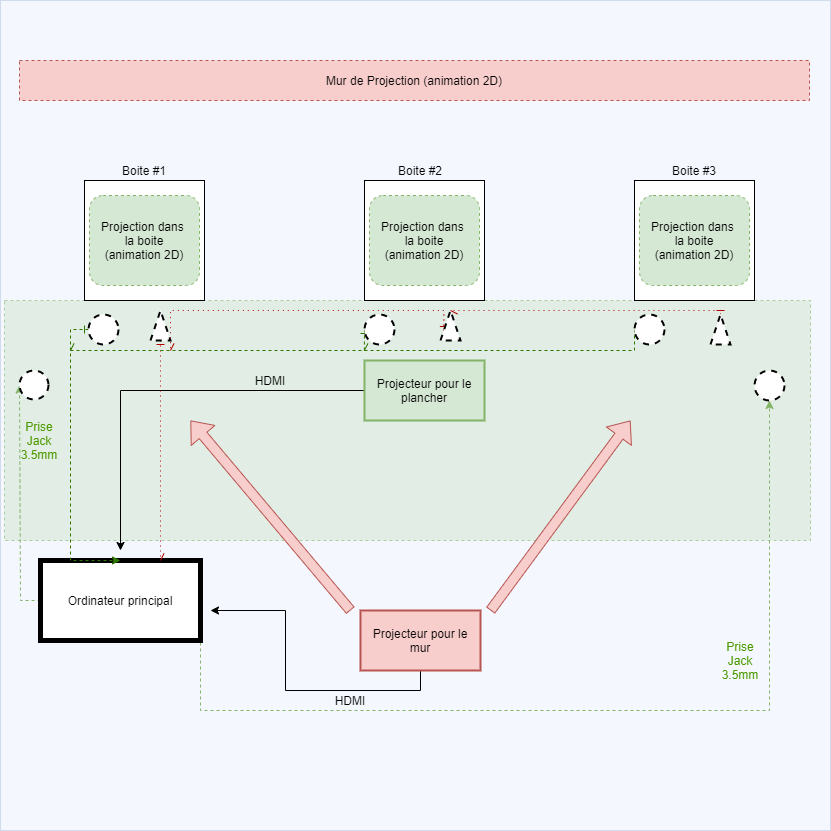
The draw.io diagram docs/preproduction/medias/Schéma_projet_synthèse.png in samcard01/les_chatoyants, before a commit. Source tidied: cells renumbered, new cells last; positions are measured from the earlier drawing's top-left corner, leaving out a move shared by most shapes.
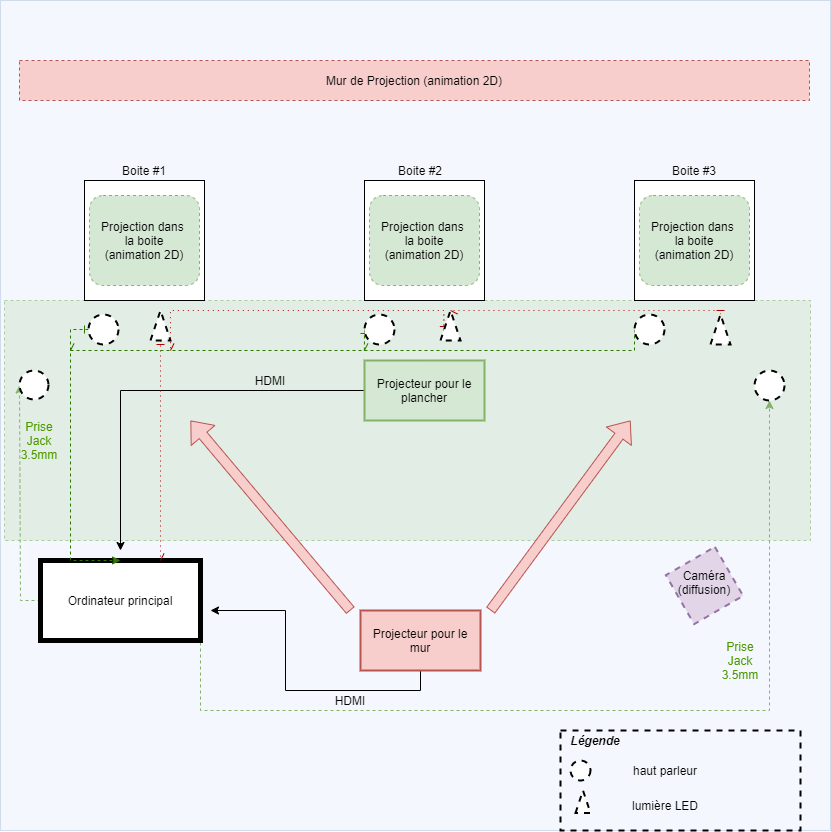
The same diagram one commit later.

Commit message:
Modification du schéma de plantation

The edit, as a diff of the source:
```diff
@@ -159,5 +159,29 @@
     <mxCell id="40" value="&lt;font color=&quot;#4d9900&quot;&gt;Prise Jack 3.5mm&lt;/font&gt;" style="text;html=1;strokeColor=none;fillColor=none;align=center;verticalAlign=middle;whiteSpace=wrap;rounded=0;dashed=1;opacity=60;" parent="1" vertex="1">
       <mxGeometry x="720" y="620" width="40" height="80" as="geometry" />
     </mxCell>
+    <mxCell id="41" style="rounded=0;whiteSpace=wrap;html=1;strokeWidth=2;align=left;fillColor=none;dashed=1;" parent="1" vertex="1">
+      <mxGeometry x="560" y="730" width="240" height="100" as="geometry" />
+    </mxCell>
+    <mxCell id="42" style="ellipse;whiteSpace=wrap;html=1;dashed=1;strokeColor=#000000;strokeWidth=2;" parent="1" vertex="1">
+      <mxGeometry x="570" y="760" width="20" height="20" as="geometry" />
+    </mxCell>
+    <mxCell id="43" value="haut parleur" style="text;html=1;strokeColor=none;fillColor=none;align=center;verticalAlign=middle;whiteSpace=wrap;rounded=0;dashed=1;" parent="1" vertex="1">
+      <mxGeometry x="620" y="760" width="90" height="20" as="geometry" />
+    </mxCell>
+    <mxCell id="44" style="shape=trapezoid;perimeter=trapezoidPerimeter;whiteSpace=wrap;html=1;fixedSize=1;dashed=1;strokeColor=#000000;strokeWidth=2;" parent="1" vertex="1">
+      <mxGeometry x="575" y="790" width="15" height="22.5" as="geometry" />
+    </mxCell>
+    <mxCell id="45" value="lumière LED" style="text;html=1;strokeColor=none;fillColor=none;align=center;verticalAlign=middle;whiteSpace=wrap;rounded=0;dashed=1;" parent="1" vertex="1">
+      <mxGeometry x="620" y="795" width="90" height="20" as="geometry" />
+    </mxCell>
+    <mxCell id="46" style="rhombus;whiteSpace=wrap;html=1;dashed=1;strokeWidth=2;fillColor=#e1d5e7;rotation=15;strokeColor=#9673a6;" parent="1" vertex="1">
+      <mxGeometry x="664" y="545" width="80" height="80" as="geometry" />
+    </mxCell>
+    <mxCell id="47" value="Caméra&lt;br&gt;(diffusion)" style="text;html=1;strokeColor=none;fillColor=none;align=center;verticalAlign=middle;whiteSpace=wrap;rounded=0;dashed=1;" parent="1" vertex="1">
+      <mxGeometry x="684" y="572" width="40" height="20" as="geometry" />
+    </mxCell>
+    <mxCell id="48" value="&lt;b&gt;&lt;i&gt;Légende&lt;/i&gt;&lt;/b&gt;" style="text;html=1;strokeColor=none;fillColor=none;align=center;verticalAlign=middle;whiteSpace=wrap;rounded=0;dashed=1;" parent="1" vertex="1">
+      <mxGeometry x="575" y="730" width="40" height="20" as="geometry" />
+    </mxCell>
   </root>
 </mxGraphModel>
```
